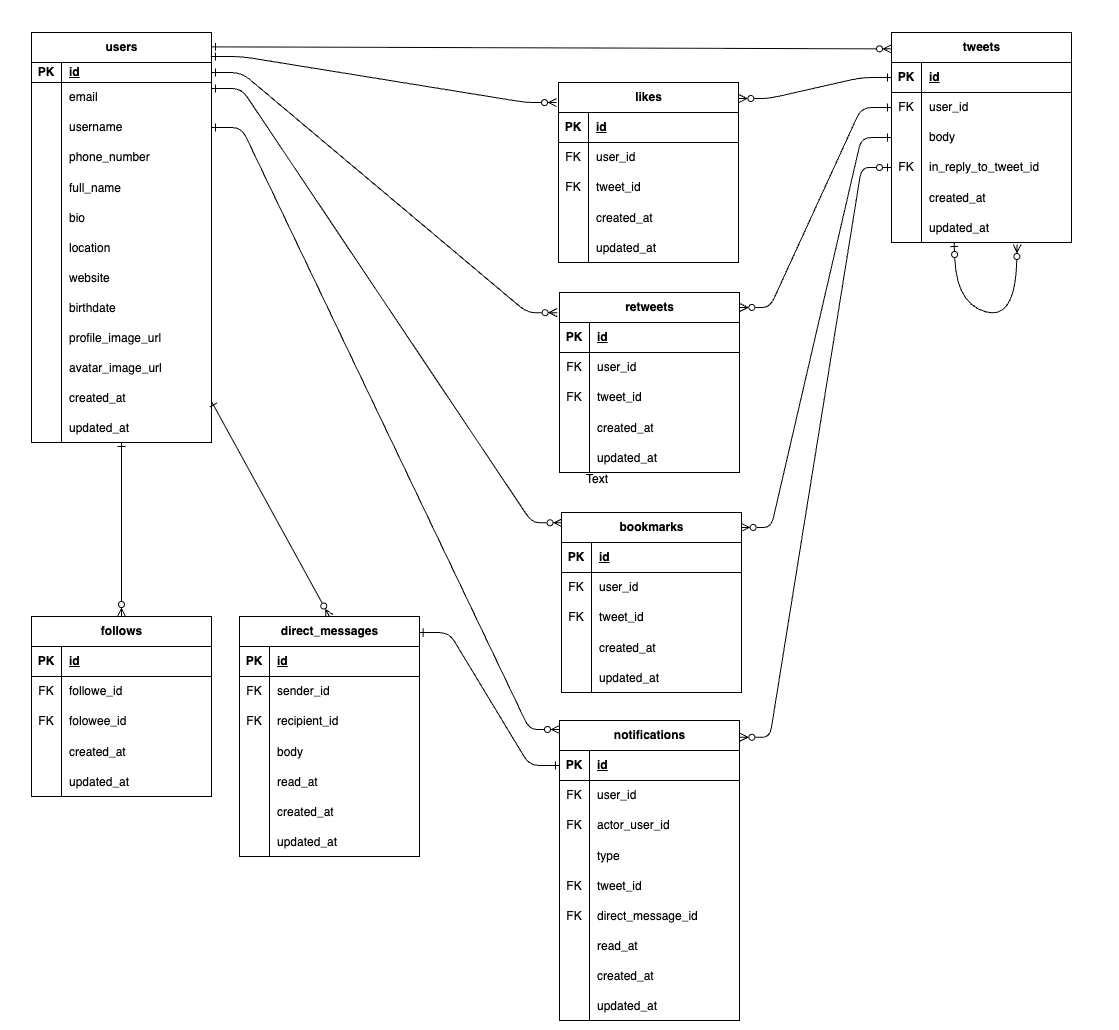
The draw.io diagram twitter_erd/twitter_erd.png in ngimixin/hc_practice, before a commit. Source tidied: cells renumbered, new cells last; positions are measured from the earlier drawing's top-left corner, leaving out a move shared by most shapes.
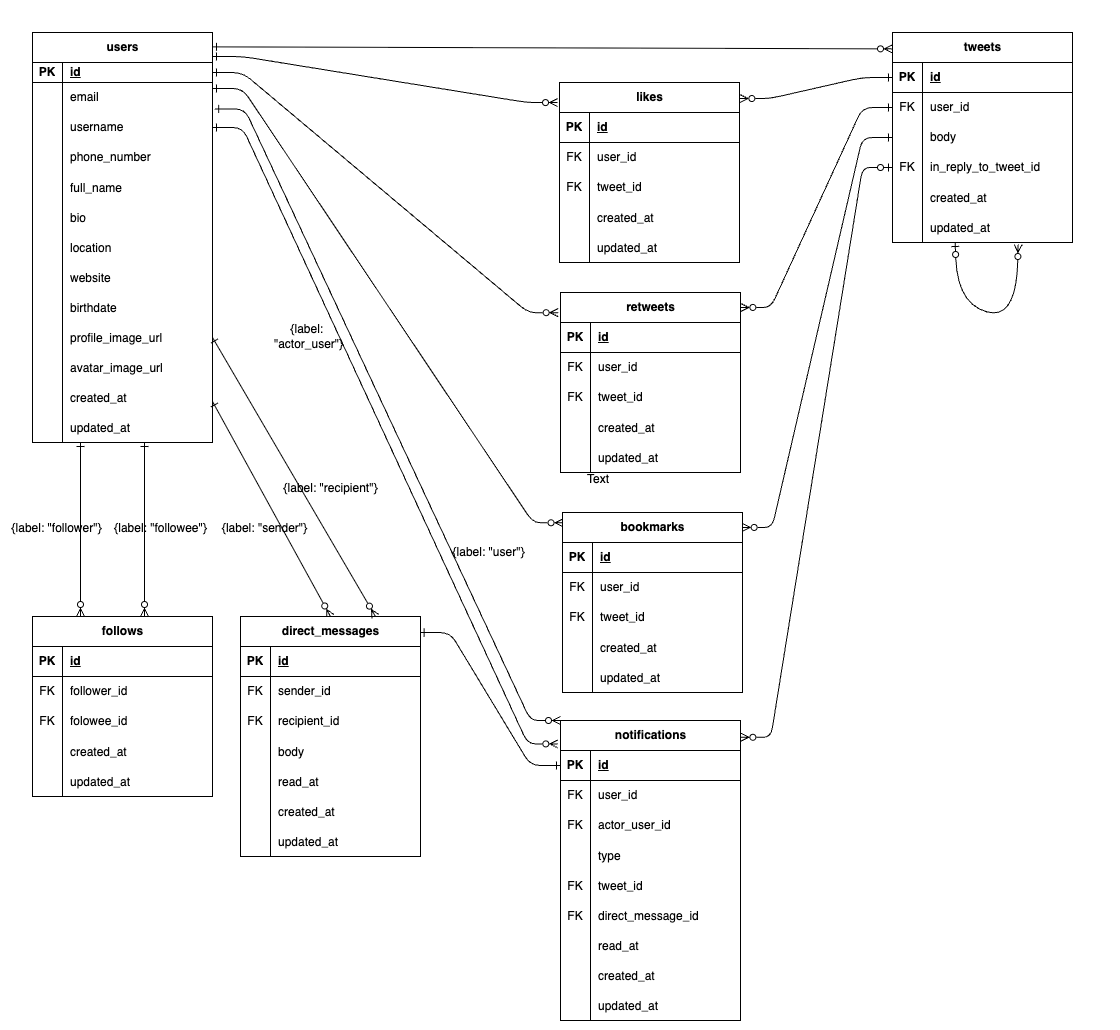
The same diagram one commit later.

Commit message:
docs(twitter_erd): usersテーブルへの複数外部参照（役割別）を明示できるようER図を修正

Diff of the diagram source:
```diff
@@ -2,8 +2,11 @@
   <root>
     <mxCell id="0" />
     <mxCell id="1" parent="0" />
-    <mxCell id="2" style="edgeStyle=none;html=1;startArrow=ERone;startFill=0;endArrow=ERzeroToMany;endFill=0;" parent="1" edge="1" source="4" target="111">
-      <mxGeometry relative="1" as="geometry" />
+    <mxCell id="2" style="edgeStyle=none;html=1;startArrow=ERone;startFill=0;endArrow=ERzeroToMany;endFill=0;" parent="1" edge="1">
+      <mxGeometry relative="1" as="geometry">
+        <mxPoint x="79" y="442" as="sourcePoint" />
+        <mxPoint x="79" y="616" as="targetPoint" />
+      </mxGeometry>
     </mxCell>
     <mxCell id="3" style="edgeStyle=none;html=1;entryX=0.5;entryY=0;entryDx=0;entryDy=0;startArrow=ERone;startFill=0;endArrow=ERzeroToMany;endFill=0;" parent="1" edge="1" source="4" target="127">
       <mxGeometry relative="1" as="geometry" />
@@ -347,7 +350,7 @@
     <mxCell id="116" value="FK" style="shape=partialRectangle;fillColor=none;top=0;left=0;bottom=0;right=0;overflow=hidden;whiteSpace=wrap;html=1;" parent="115" vertex="1">
       <mxGeometry width="30" height="30" as="geometry" />
     </mxCell>
-    <mxCell id="117" value="followe_id" style="shape=partialRectangle;fillColor=none;top=0;left=0;bottom=0;right=0;align=left;spacingLeft=6;overflow=hidden;whiteSpace=wrap;html=1;" parent="115" vertex="1">
+    <mxCell id="117" value="follower_id" style="shape=partialRectangle;fillColor=none;top=0;left=0;bottom=0;right=0;align=left;spacingLeft=6;overflow=hidden;whiteSpace=wrap;html=1;" parent="115" vertex="1">
       <mxGeometry x="30" width="150" height="30" as="geometry" />
     </mxCell>
     <mxCell id="118" style="shape=tableRow;horizontal=0;startSize=0;swimlaneHead=0;swimlaneBody=0;fillColor=none;top=0;left=0;right=0;bottom=0;" parent="111" vertex="1">
@@ -548,7 +551,7 @@
         </Array>
       </mxGeometry>
     </mxCell>
-    <mxCell id="180" style="edgeStyle=entityRelationEdgeStyle;fontSize=12;html=1;endArrow=ERzeroToMany;exitX=1;exitY=0.5;exitDx=0;exitDy=0;entryX=0;entryY=0.03;entryDx=0;entryDy=0;entryPerimeter=0;startArrow=ERone;startFill=0;endFill=0;" parent="1" edge="1" source="11" target="149">
+    <mxCell id="180" style="edgeStyle=entityRelationEdgeStyle;fontSize=12;html=1;endArrow=ERzeroToMany;exitX=1;exitY=0.5;exitDx=0;exitDy=0;entryX=-0.015;entryY=0.078;entryDx=0;entryDy=0;entryPerimeter=0;startArrow=ERone;startFill=0;endFill=0;" parent="1" edge="1" source="11" target="149">
       <mxGeometry relative="1" as="geometry">
         <Array as="points">
           <mxPoint x="349" y="316" />
@@ -646,5 +649,43 @@
         </Array>
       </mxGeometry>
     </mxCell>
+    <mxCell id="191" value="{label: &quot;sender&quot;}" style="text;html=1;align=center;verticalAlign=middle;strokeColor=none;fillColor=none;" parent="1" vertex="1">
+      <mxGeometry x="211" y="512" width="104" height="32" as="geometry" />
+    </mxCell>
+    <mxCell id="192" value="{label: &quot;recipient&quot;}" style="text;html=1;align=center;verticalAlign=middle;strokeColor=none;fillColor=none;" parent="1" vertex="1">
+      <mxGeometry x="273" y="472" width="112" height="32" as="geometry" />
+    </mxCell>
+    <mxCell id="193" value="{label: &quot;follower&quot;}" style="text;html=1;align=center;verticalAlign=middle;strokeColor=none;fillColor=none;" parent="1" vertex="1">
+      <mxGeometry x="-1" y="512" width="112" height="32" as="geometry" />
+    </mxCell>
+    <mxCell id="194" value="{label: &quot;followee&quot;}" style="text;html=1;align=center;verticalAlign=middle;strokeColor=none;fillColor=none;" parent="1" vertex="1">
+      <mxGeometry x="103" y="512" width="112" height="32" as="geometry" />
+    </mxCell>
+    <mxCell id="195" style="edgeStyle=none;html=1;startArrow=ERone;startFill=0;endArrow=ERzeroToMany;endFill=0;" parent="1" edge="1">
+      <mxGeometry relative="1" as="geometry">
+        <mxPoint x="143" y="442" as="sourcePoint" />
+        <mxPoint x="143" y="616" as="targetPoint" />
+      </mxGeometry>
+    </mxCell>
+    <mxCell id="196" style="edgeStyle=none;html=1;entryX=0.75;entryY=0;entryDx=0;entryDy=0;startArrow=ERone;startFill=0;endArrow=ERzeroToMany;endFill=0;exitX=1;exitY=0.5;exitDx=0;exitDy=0;" parent="1" edge="1" source="32" target="127">
+      <mxGeometry relative="1" as="geometry" />
+    </mxCell>
+    <mxCell id="197" style="edgeStyle=entityRelationEdgeStyle;fontSize=12;html=1;endArrow=ERzeroToMany;exitX=1.012;exitY=-0.12;exitDx=0;exitDy=0;entryX=0;entryY=0;entryDx=0;entryDy=0;startArrow=ERone;startFill=0;endFill=0;exitPerimeter=0;" parent="1" edge="1" source="11" target="149">
+      <mxGeometry relative="1" as="geometry">
+        <Array as="points">
+          <mxPoint x="357" y="324" />
+          <mxPoint x="399" y="432" />
+          <mxPoint x="367" y="456" />
+          <mxPoint x="407" y="424" />
+          <mxPoint x="399" y="424" />
+        </Array>
+      </mxGeometry>
+    </mxCell>
+    <mxCell id="198" value="{label: &quot;user&quot;}" style="text;html=1;align=center;verticalAlign=middle;strokeColor=none;fillColor=none;" parent="1" vertex="1">
+      <mxGeometry x="439" y="536" width="96" height="32" as="geometry" />
+    </mxCell>
+    <mxCell id="199" value="{label:&amp;nbsp;&lt;div&gt;&quot;actor_user&quot;}&lt;/div&gt;" style="text;html=1;align=center;verticalAlign=middle;strokeColor=none;fillColor=none;" parent="1" vertex="1">
+      <mxGeometry x="263" y="312" width="88" height="48" as="geometry" />
+    </mxCell>
   </root>
 </mxGraphModel>
```
